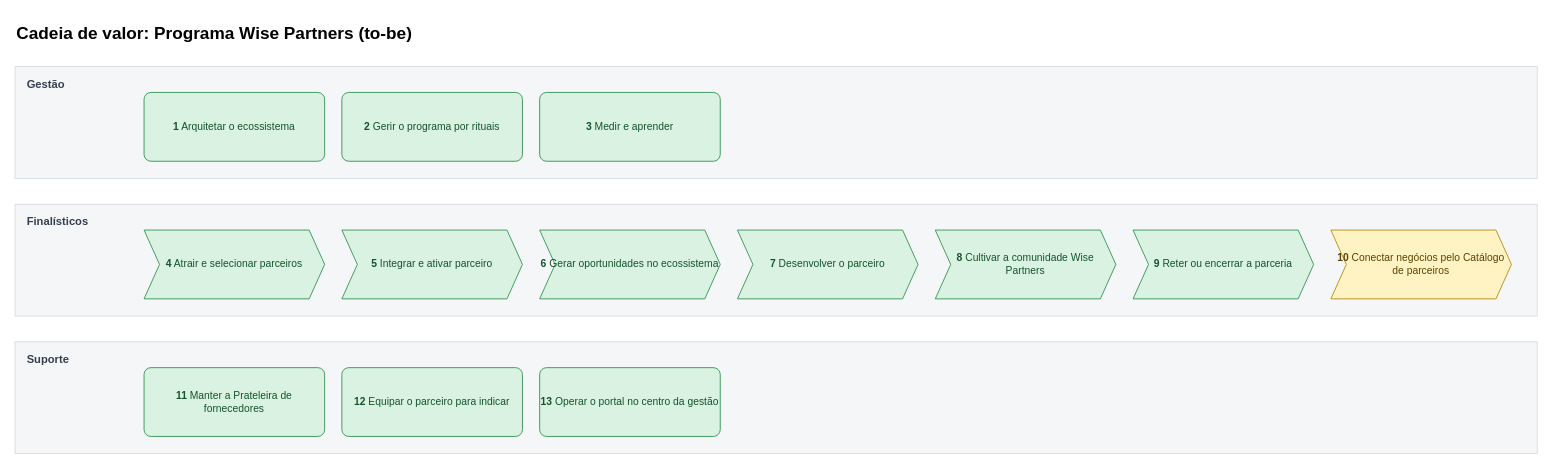
Earlier version of the draw.io diagram page "Cadeia de valor" (1 of 88) of mapeamentos/wise-partners-to-be/saidas/mapa.drawio (Guilherme-MFaccin/Wise-Partners). Source tidied: cells renumbered, new cells numbered last; positions are measured from the earlier drawing's top-left corner, leaving out a move shared by most shapes. Both pictures are drawn from the tidied source at 86%, with x=0, y=0 at pixel (15, 15).
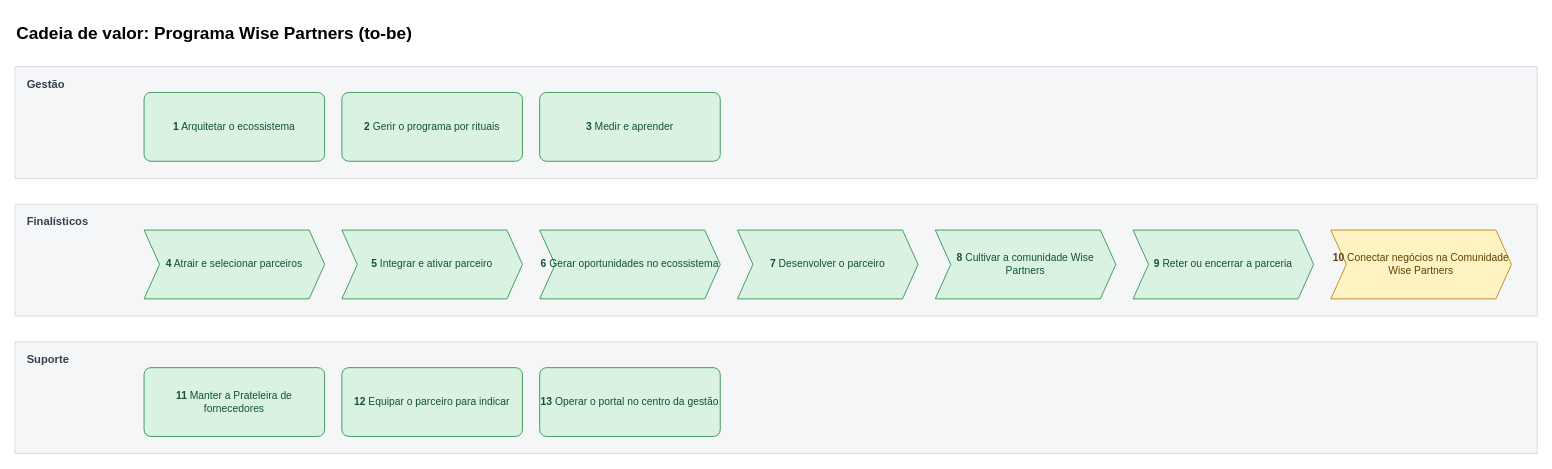
The same page after the edit.

The edit, as a diff of the source:
```diff
@@
 <mxGraphModel>
   <root>
     <mxCell id="0" />
     <mxCell id="1" parent="0" />
     <mxCell id="2" value="&lt;b&gt;Cadeia de valor: Programa Wise Partners (to-be)&lt;/b&gt;" style="text;html=1;fontSize=20;align=left;verticalAlign=middle;strokeColor=none;fillColor=none;" parent="1" vertex="1">
       <mxGeometry width="600" height="40" as="geometry" />
     </mxCell>
     <mxCell id="3" value="Gestão" style="rounded=0;whiteSpace=wrap;html=1;fillColor=#F4F6F8;strokeColor=#D5DAE0;verticalAlign=top;align=left;spacingLeft=12;spacingTop=6;fontStyle=1;fontSize=13;fontColor=#33404D;" parent="1" vertex="1">
       <mxGeometry y="60" width="1770" height="130" as="geometry" />
     </mxCell>
     <mxCell id="4" value="&lt;b&gt;1&lt;/b&gt; Arquitetar o ecossistema" style="rounded=1;whiteSpace=wrap;html=1;arcSize=10;fillColor=#D9F2E1;strokeColor=#2F8F4E;fontColor=#14532D;fontSize=12;" parent="1" vertex="1">
       <mxGeometry x="150" y="90" width="210" height="80" as="geometry" />
     </mxCell>
     <mxCell id="5" value="&lt;b&gt;2&lt;/b&gt; Gerir o programa por rituais" style="rounded=1;whiteSpace=wrap;html=1;arcSize=10;fillColor=#D9F2E1;strokeColor=#2F8F4E;fontColor=#14532D;fontSize=12;" parent="1" vertex="1">
       <mxGeometry x="380" y="90" width="210" height="80" as="geometry" />
     </mxCell>
     <mxCell id="6" value="&lt;b&gt;3&lt;/b&gt; Medir e aprender" style="rounded=1;whiteSpace=wrap;html=1;arcSize=10;fillColor=#D9F2E1;strokeColor=#2F8F4E;fontColor=#14532D;fontSize=12;" parent="1" vertex="1">
       <mxGeometry x="610" y="90" width="210" height="80" as="geometry" />
     </mxCell>
     <mxCell id="7" value="Finalísticos" style="rounded=0;whiteSpace=wrap;html=1;fillColor=#F4F6F8;strokeColor=#D5DAE0;verticalAlign=top;align=left;spacingLeft=12;spacingTop=6;fontStyle=1;fontSize=13;fontColor=#33404D;" parent="1" vertex="1">
       <mxGeometry y="220" width="1770" height="130" as="geometry" />
     </mxCell>
     <mxCell id="8" value="&lt;b&gt;4&lt;/b&gt; Atrair e selecionar parceiros" style="rounded=1;whiteSpace=wrap;html=1;arcSize=10;fillColor=#D9F2E1;strokeColor=#2F8F4E;fontColor=#14532D;fontSize=12;shape=step;perimeter=stepPerimeter;fixedSize=1;size=18;rounded=0;" parent="1" vertex="1">
       <mxGeometry x="150" y="250" width="210" height="80" as="geometry" />
     </mxCell>
     <mxCell id="9" value="&lt;b&gt;5&lt;/b&gt; Integrar e ativar parceiro" style="rounded=1;whiteSpace=wrap;html=1;arcSize=10;fillColor=#D9F2E1;strokeColor=#2F8F4E;fontColor=#14532D;fontSize=12;shape=step;perimeter=stepPerimeter;fixedSize=1;size=18;rounded=0;" parent="1" vertex="1">
       <mxGeometry x="380" y="250" width="210" height="80" as="geometry" />
     </mxCell>
     <mxCell id="10" value="&lt;b&gt;6&lt;/b&gt; Gerar oportunidades no ecossistema" style="rounded=1;whiteSpace=wrap;html=1;arcSize=10;fillColor=#D9F2E1;strokeColor=#2F8F4E;fontColor=#14532D;fontSize=12;shape=step;perimeter=stepPerimeter;fixedSize=1;size=18;rounded=0;" parent="1" vertex="1">
       <mxGeometry x="610" y="250" width="210" height="80" as="geometry" />
     </mxCell>
     <mxCell id="11" value="&lt;b&gt;7&lt;/b&gt; Desenvolver o parceiro" style="rounded=1;whiteSpace=wrap;html=1;arcSize=10;fillColor=#D9F2E1;strokeColor=#2F8F4E;fontColor=#14532D;fontSize=12;shape=step;perimeter=stepPerimeter;fixedSize=1;size=18;rounded=0;" parent="1" vertex="1">
       <mxGeometry x="840" y="250" width="210" height="80" as="geometry" />
     </mxCell>
     <mxCell id="12" value="&lt;b&gt;8&lt;/b&gt; Cultivar a comunidade Wise Partners" style="rounded=1;whiteSpace=wrap;html=1;arcSize=10;fillColor=#D9F2E1;strokeColor=#2F8F4E;fontColor=#14532D;fontSize=12;shape=step;perimeter=stepPerimeter;fixedSize=1;size=18;rounded=0;" parent="1" vertex="1">
       <mxGeometry x="1070" y="250" width="210" height="80" as="geometry" />
     </mxCell>
     <mxCell id="13" value="&lt;b&gt;9&lt;/b&gt; Reter ou encerrar a parceria" style="rounded=1;whiteSpace=wrap;html=1;arcSize=10;fillColor=#D9F2E1;strokeColor=#2F8F4E;fontColor=#14532D;fontSize=12;shape=step;perimeter=stepPerimeter;fixedSize=1;size=18;rounded=0;" parent="1" vertex="1">
       <mxGeometry x="1300" y="250" width="210" height="80" as="geometry" />
     </mxCell>
-    <mxCell id="14" value="&lt;b&gt;10&lt;/b&gt; Conectar negócios pelo Catálogo de parceiros" style="rounded=1;whiteSpace=wrap;html=1;arcSize=10;fillColor=#FFF3C4;strokeColor=#B8860B;fontColor=#5C4300;fontSize=12;shape=step;perimeter=stepPerimeter;fixedSize=1;size=18;rounded=0;" parent="1" vertex="1">
+    <mxCell id="14" value="&lt;b&gt;10&lt;/b&gt; Conectar negócios na Comunidade Wise Partners" style="rounded=1;whiteSpace=wrap;html=1;arcSize=10;fillColor=#FFF3C4;strokeColor=#B8860B;fontColor=#5C4300;fontSize=12;shape=step;perimeter=stepPerimeter;fixedSize=1;size=18;rounded=0;" parent="1" vertex="1">
       <mxGeometry x="1530" y="250" width="210" height="80" as="geometry" />
     </mxCell>
     <mxCell id="15" value="Suporte" style="rounded=0;whiteSpace=wrap;html=1;fillColor=#F4F6F8;strokeColor=#D5DAE0;verticalAlign=top;align=left;spacingLeft=12;spacingTop=6;fontStyle=1;fontSize=13;fontColor=#33404D;" parent="1" vertex="1">
       <mxGeometry y="380" width="1770" height="130" as="geometry" />
     </mxCell>
     <mxCell id="16" value="&lt;b&gt;11&lt;/b&gt; Manter a Prateleira de fornecedores" style="rounded=1;whiteSpace=wrap;html=1;arcSize=10;fillColor=#D9F2E1;strokeColor=#2F8F4E;fontColor=#14532D;fontSize=12;" parent="1" vertex="1">
       <mxGeometry x="150" y="410" width="210" height="80" as="geometry" />
     </mxCell>
     <mxCell id="17" value="&lt;b&gt;12&lt;/b&gt; Equipar o parceiro para indicar" style="rounded=1;whiteSpace=wrap;html=1;arcSize=10;fillColor=#D9F2E1;strokeColor=#2F8F4E;fontColor=#14532D;fontSize=12;" parent="1" vertex="1">
       <mxGeometry x="380" y="410" width="210" height="80" as="geometry" />
     </mxCell>
     <mxCell id="18" value="&lt;b&gt;13&lt;/b&gt; Operar o portal no centro da gestão" style="rounded=1;whiteSpace=wrap;html=1;arcSize=10;fillColor=#D9F2E1;strokeColor=#2F8F4E;fontColor=#14532D;fontSize=12;" parent="1" vertex="1">
       <mxGeometry x="610" y="410" width="210" height="80" as="geometry" />
     </mxCell>
   </root>
 </mxGraphModel>
```
